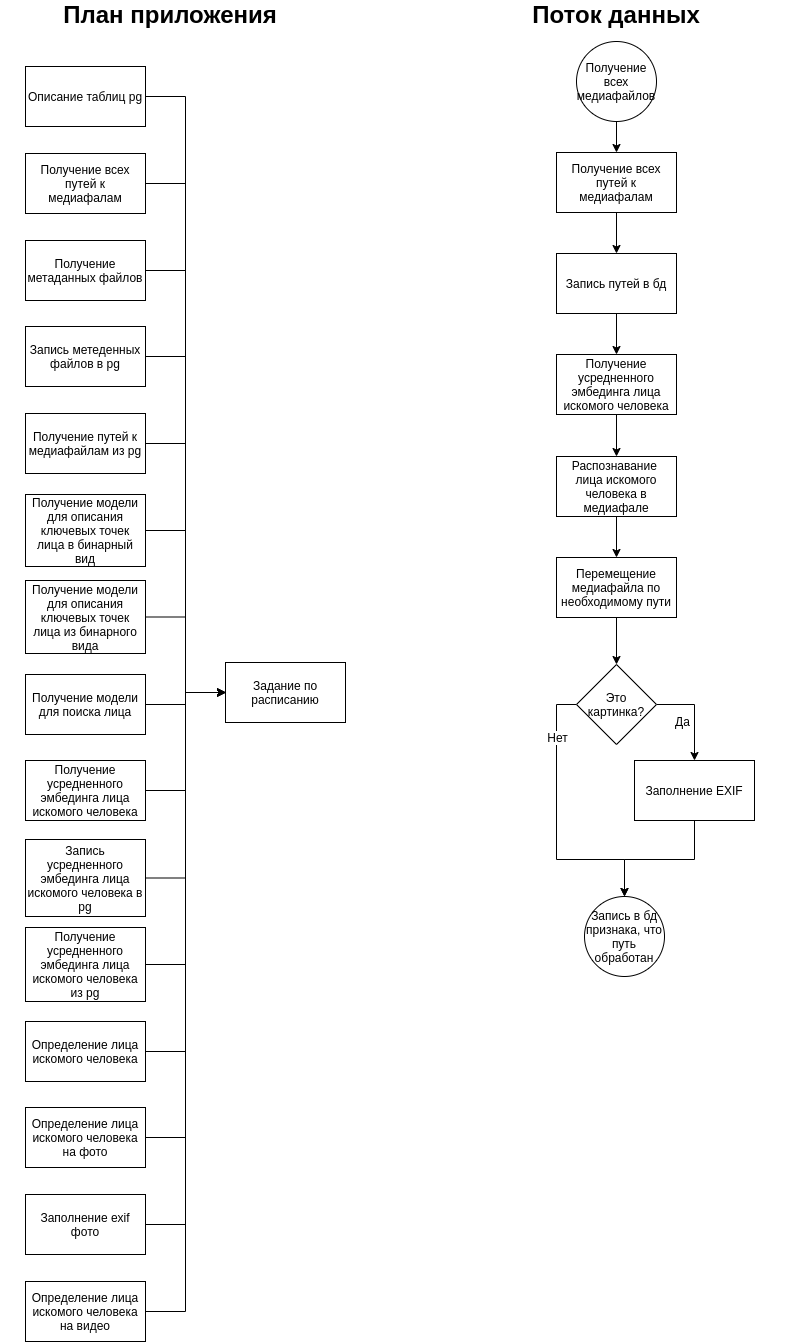
This is notebook/face_detection.png from VolokzhaninVadim/sort_media, a draw.io export, as it was before one commit. Source tidied: cells renumbered, new cells last; positions are measured from the earlier drawing's top-left corner, leaving out a move shared by most shapes.
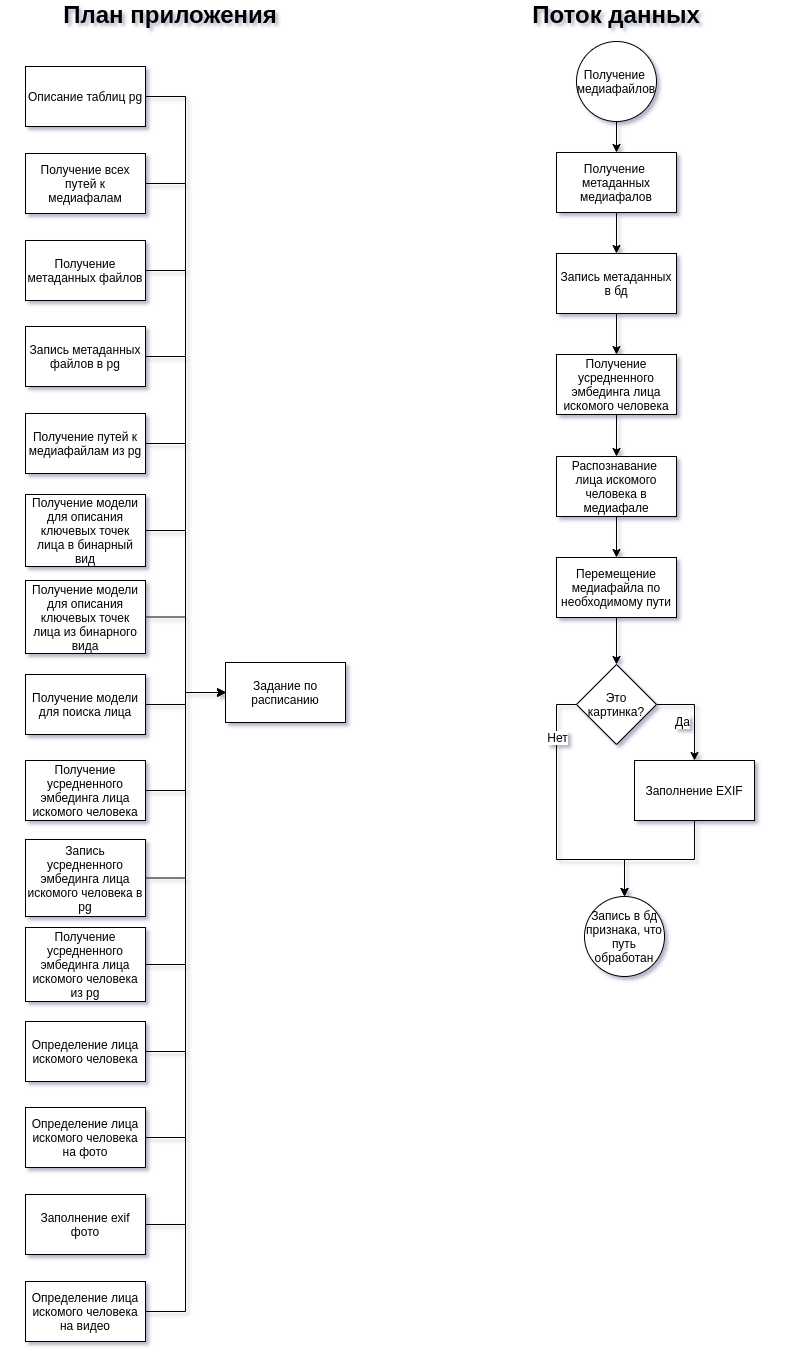
After the commit.

What changed in the source:
```diff
@@ -11,19 +11,19 @@
     <mxCell id="4" style="edgeStyle=orthogonalEdgeStyle;rounded=0;html=1;jettySize=auto;" parent="1" edge="1" source="5" target="7">
       <mxGeometry relative="1" as="geometry" />
     </mxCell>
-    <mxCell id="5" value="Получение всех медиафайлов" style="ellipse;whiteSpace=wrap;html=1;" parent="1" vertex="1">
+    <mxCell id="5" value="Получение&amp;nbsp; медиафайлов" style="ellipse;whiteSpace=wrap;html=1;" parent="1" vertex="1">
       <mxGeometry x="576" y="37" width="80" height="80" as="geometry" />
     </mxCell>
     <mxCell id="6" style="edgeStyle=orthogonalEdgeStyle;rounded=0;html=1;jettySize=auto;" parent="1" edge="1" source="7" target="9">
       <mxGeometry relative="1" as="geometry" />
     </mxCell>
-    <mxCell id="7" value="&lt;div&gt;Получение всех путей к&lt;/div&gt;&lt;div&gt; медиафалам&lt;/div&gt;" style="rounded=0;whiteSpace=wrap;html=1;" parent="1" vertex="1">
+    <mxCell id="7" value="&lt;div&gt;Получение&amp;nbsp; метаданных&lt;/div&gt;&lt;div&gt; медиафалов&lt;/div&gt;" style="rounded=0;whiteSpace=wrap;html=1;" parent="1" vertex="1">
       <mxGeometry x="556" y="148" width="120" height="60" as="geometry" />
     </mxCell>
     <mxCell id="8" style="edgeStyle=orthogonalEdgeStyle;rounded=0;html=1;jettySize=auto;" parent="1" edge="1" source="9" target="11">
       <mxGeometry relative="1" as="geometry" />
     </mxCell>
-    <mxCell id="9" value="Запись путей в бд" style="rounded=0;whiteSpace=wrap;html=1;" parent="1" vertex="1">
+    <mxCell id="9" value="Запись метаданных в бд" style="rounded=0;whiteSpace=wrap;html=1;" parent="1" vertex="1">
       <mxGeometry x="556" y="249" width="120" height="60" as="geometry" />
     </mxCell>
     <mxCell id="10" style="edgeStyle=orthogonalEdgeStyle;rounded=0;html=1;jettySize=auto;" parent="1" edge="1" source="11" target="13">
@@ -106,7 +106,7 @@
     <mxCell id="34" style="edgeStyle=orthogonalEdgeStyle;rounded=0;html=1;entryX=0;entryY=0.5;jettySize=auto;" parent="1" edge="1" source="35" target="17">
       <mxGeometry relative="1" as="geometry" />
     </mxCell>
-    <mxCell id="35" value="Запись метеденных файлов в pg" style="rounded=0;whiteSpace=wrap;html=1;" parent="1" vertex="1">
+    <mxCell id="35" value="Запись метаданных файлов в pg" style="rounded=0;whiteSpace=wrap;html=1;" parent="1" vertex="1">
       <mxGeometry x="25" y="322" width="120" height="60" as="geometry" />
     </mxCell>
     <mxCell id="36" style="edgeStyle=orthogonalEdgeStyle;rounded=0;html=1;entryX=0;entryY=0.5;jettySize=auto;" parent="1" edge="1" source="37" target="17">
```
